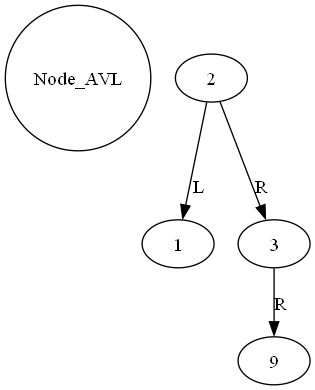
helenrodas/FasesProyectoEDD1S_202200066 keeps this Graphviz diagram as Fase2/grafica_AVL.png. Above is the earlier version. Its source is kept beside it as Fase2/grafica_AVL.dot. Its diagram source:
```dot
digraph G{
Node_AVL [shape=circle];
"1713706601728"[label="2"];
"1713706601600"[label="1"];
"1713706495712"[label="3"];
"1713712889584"[label="9"];
"1713706601728" -> "1713706601600" [label = "L"];
"1713706601728" -> "1713706495712" [label = "R"];
"1713706495712" -> "1713712889584" [label = "R"];
}
```
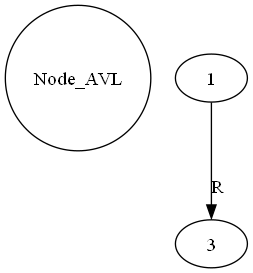
Later version of the same file.

Diff of the diagram source:
```diff
@@ -1,10 +1,6 @@
 digraph G{
 Node_AVL [shape=circle];
-"1713706601728"[label="2"];
-"1713706601600"[label="1"];
-"1713706495712"[label="3"];
-"1713712889584"[label="9"];
-"1713706601728" -> "1713706601600" [label = "L"];
-"1713706601728" -> "1713706495712" [label = "R"];
-"1713706495712" -> "1713712889584" [label = "R"];
+"1768926645504"[label="1"];
+"1768925753056"[label="3"];
+"1768926645504" -> "1768925753056" [label = "R"];
 }
```
